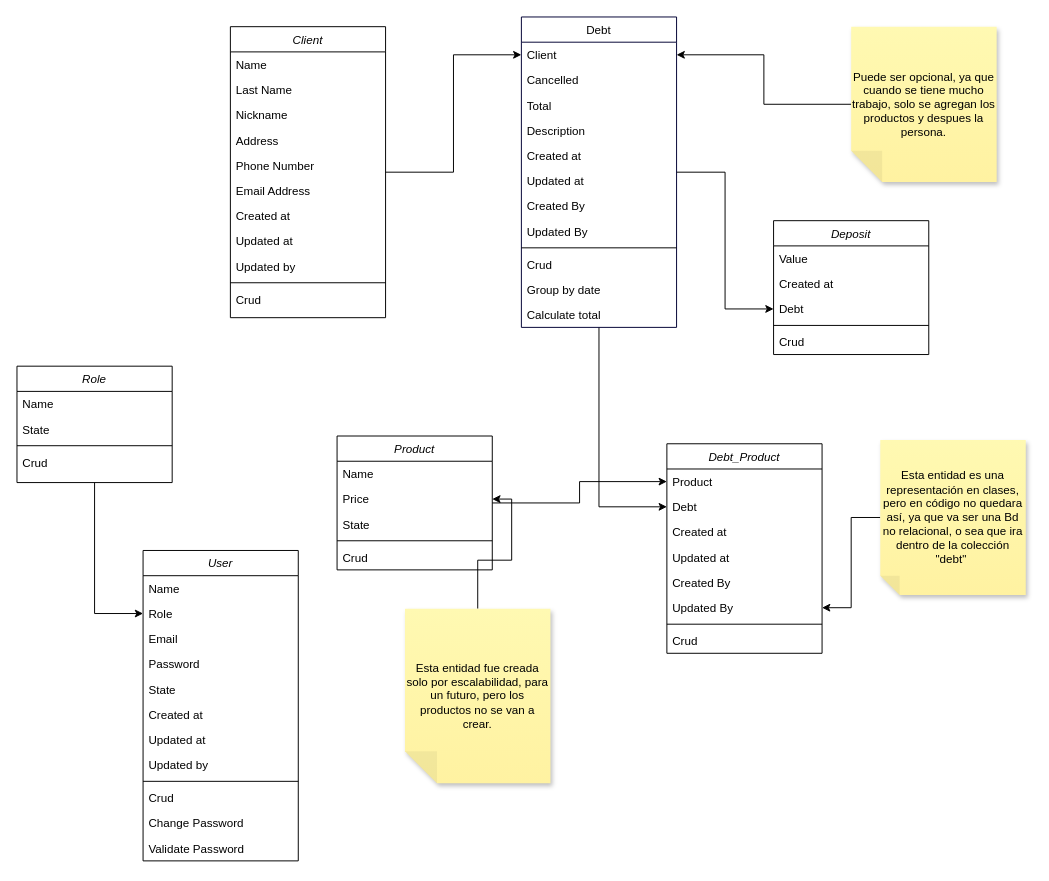
Above: Diagrama sin título.drawio in JohnatanRamos/debt-control-api (draw.io), before the change. Source tidied: cells renumbered, new cells numbered last; positions are measured from the earlier drawing's top-left corner, leaving out a move shared by most shapes. Both pictures are drawn from the tidied source at 97%, with x=0, y=0 at pixel (16, 16).
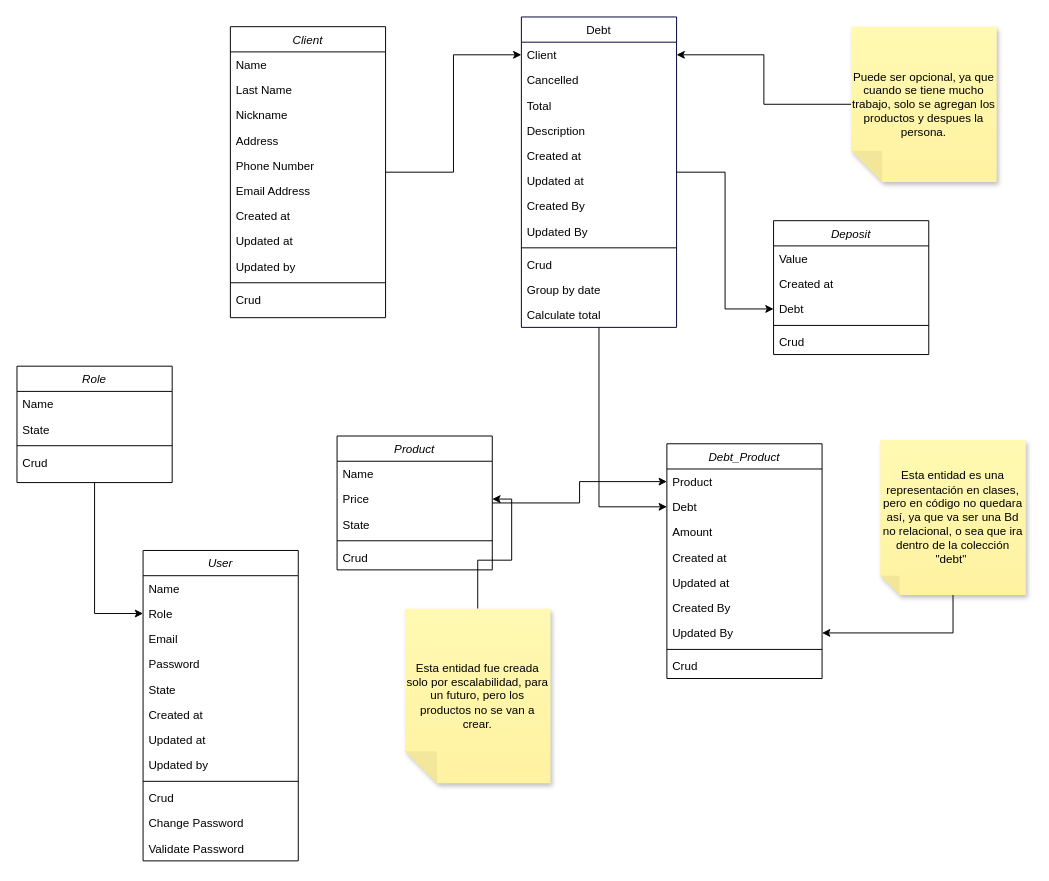
After the change.

The edit, as a diff of the source:
```diff
@@
     <mxCell id="60" value="Debt_Product" style="swimlane;fontStyle=2;align=center;verticalAlign=top;horizontal=1;startSize=26;rounded=0;shadow=0;strokeWidth=1;labelBorderColor=none;" parent="1" vertex="1">
-      <mxGeometry x="670" y="440" width="160" height="216" as="geometry" />
+      <mxGeometry x="670" y="440" width="160" height="242" as="geometry" />
     </mxCell>
@@
+    <mxCell id="77" value="Amount" style="text;align=left;verticalAlign=top;spacingLeft=4;spacingRight=4;overflow=hidden;rounded=0;shadow=0;html=0;labelBorderColor=none;" parent="60" vertex="1">
+      <mxGeometry y="78" width="160" height="26" as="geometry" />
+    </mxCell>
     <mxCell id="63" value="Created at" style="text;align=left;verticalAlign=top;spacingLeft=4;spacingRight=4;overflow=hidden;rounded=0;shadow=0;html=0;labelBorderColor=none;" parent="60" vertex="1">
-      <mxGeometry y="78" width="160" height="26" as="geometry" />
+      <mxGeometry y="104" width="160" height="26" as="geometry" />
     </mxCell>
     <mxCell id="64" value="Updated at" style="text;align=left;verticalAlign=top;spacingLeft=4;spacingRight=4;overflow=hidden;rounded=0;shadow=0;html=0;labelBorderColor=none;" parent="60" vertex="1">
-      <mxGeometry y="104" width="160" height="26" as="geometry" />
+      <mxGeometry y="130" width="160" height="26" as="geometry" />
     </mxCell>
     <mxCell id="65" value="Created By" style="text;align=left;verticalAlign=top;spacingLeft=4;spacingRight=4;overflow=hidden;rounded=0;shadow=0;html=0;labelBorderColor=none;" parent="60" vertex="1">
-      <mxGeometry y="130" width="160" height="26" as="geometry" />
+      <mxGeometry y="156" width="160" height="26" as="geometry" />
     </mxCell>
     <mxCell id="66" value="Updated By" style="text;align=left;verticalAlign=top;spacingLeft=4;spacingRight=4;overflow=hidden;points=[[0,0.5],[1,0.5]];portConstraint=eastwest;rounded=0;shadow=0;html=0;labelBorderColor=none;" parent="60" vertex="1">
-      <mxGeometry y="156" width="160" height="26" as="geometry" />
+      <mxGeometry y="182" width="160" height="26" as="geometry" />
     </mxCell>
     <mxCell id="67" style="line;html=1;strokeWidth=1;align=left;verticalAlign=middle;spacingTop=-1;spacingLeft=3;spacingRight=3;labelPosition=right;labelBorderColor=none;" parent="60" vertex="1">
-      <mxGeometry y="182" width="160" height="8" as="geometry" />
+      <mxGeometry y="208" width="160" height="8" as="geometry" />
     </mxCell>
     <mxCell id="68" value="Crud" style="text;align=left;verticalAlign=top;spacingLeft=4;spacingRight=4;overflow=hidden;labelBorderColor=none;" parent="60" vertex="1">
-      <mxGeometry y="190" width="160" height="26" as="geometry" />
+      <mxGeometry y="216" width="160" height="26" as="geometry" />
     </mxCell>
```
